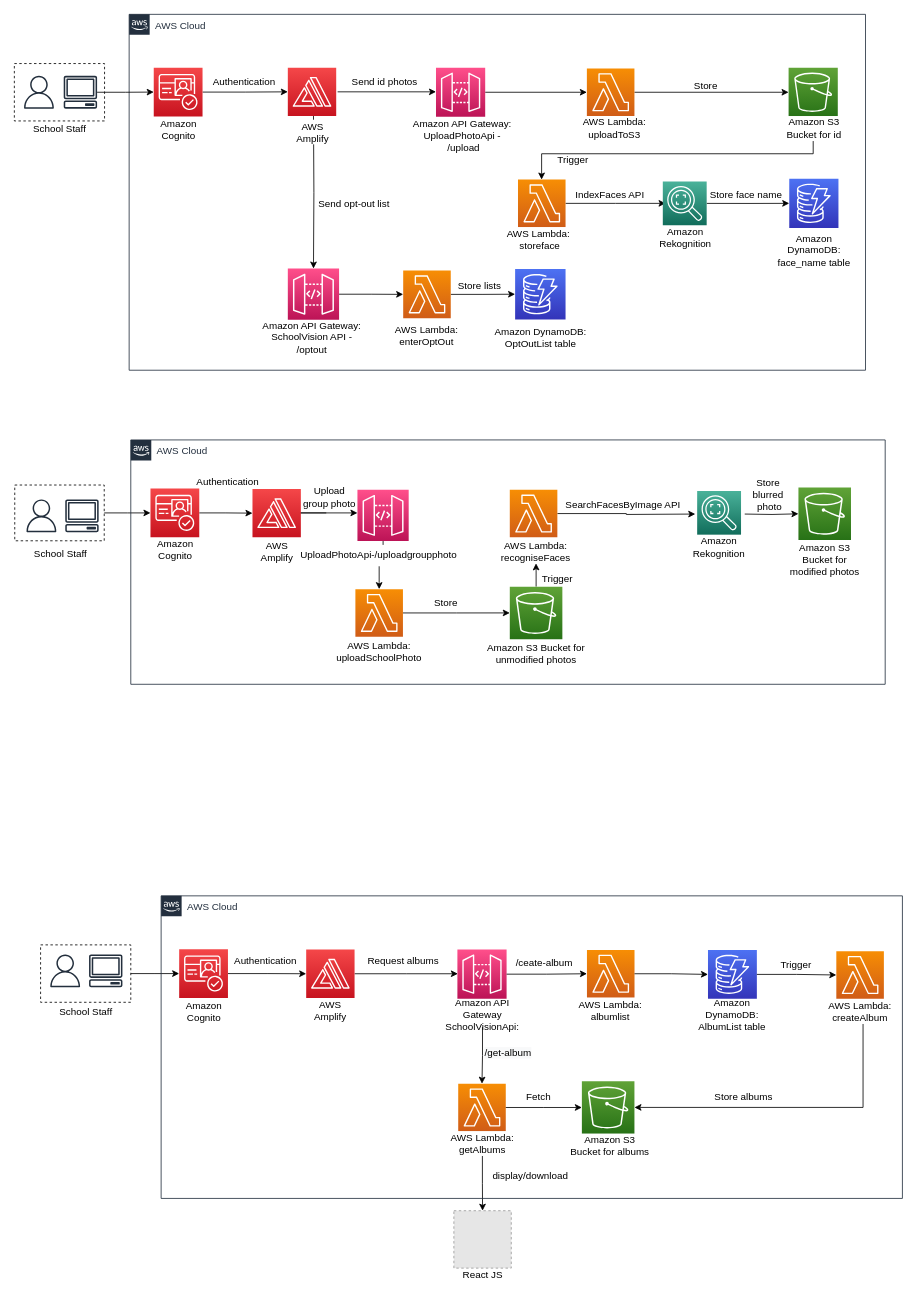
This is lowlevel.drawio from janeyin1107/Kaggle, a draw.io file, before an edit. Source tidied: cells renumbered, new cells numbered last; positions are measured from the earlier drawing's top-left corner, leaving out a move shared by most shapes. Both pictures are drawn from the tidied source at 82%, with x=0, y=0 at pixel (14, 14). Pictures stored in the file or linked from it are replaced by grey dashed boxes.
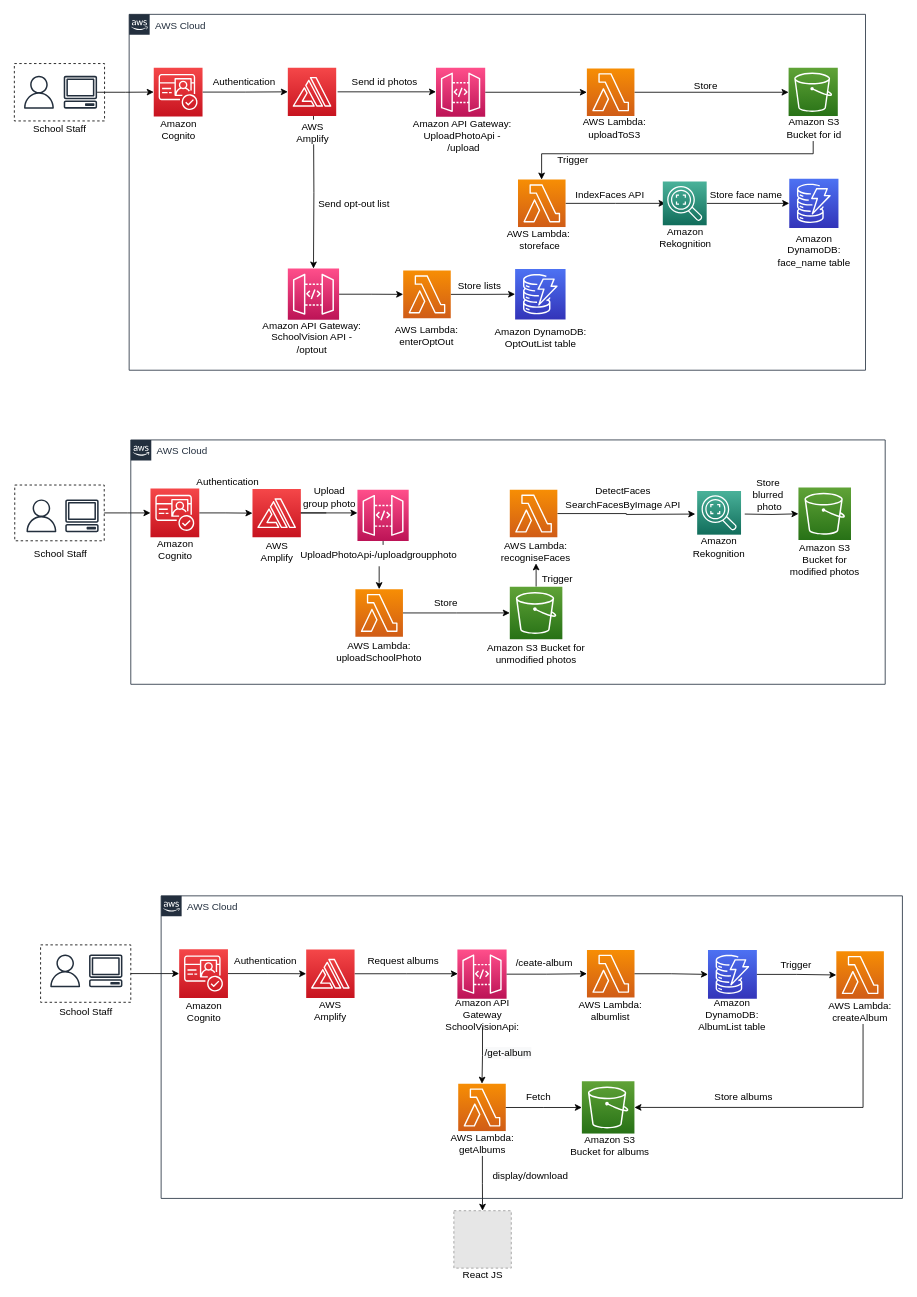
Above is the later version.

The change refers to these unchanged cells:
```xml
<mxCell id="61" value="AWS Cloud" style="gradientColor=none;html=1;whiteSpace=wrap;fontSize=12;fontStyle=0;shape=mxgraph.aws4.group;grIcon=mxgraph.aws4.group_aws_cloud_alt;strokeColor=#232F3E;fillColor=none;verticalAlign=top;align=left;spacingLeft=30;fontColor=#232F3E;dashed=0;" parent="1" vertex="1">
  <mxGeometry x="142" y="519" width="920" height="298" as="geometry" />
</mxCell>
```

Change to the diagram source:
```diff
@@
+    <mxCell id="125" value="DetectFaces" style="text;html=1;align=center;verticalAlign=middle;strokeColor=none;fillColor=none;" parent="61" vertex="1">
+      <mxGeometry x="561.2" y="54" width="78" height="17" as="geometry" />
+    </mxCell>
```
